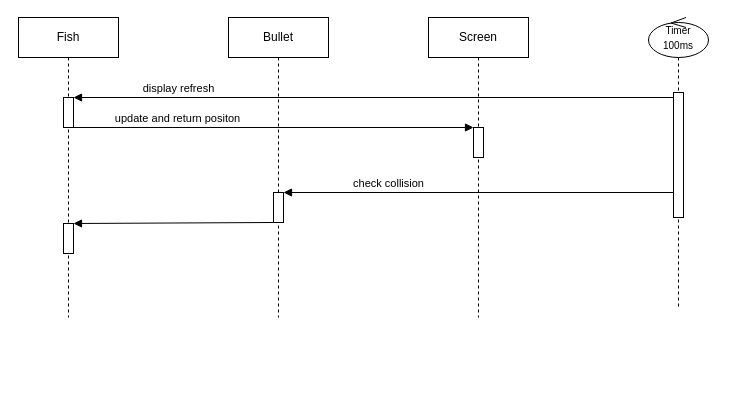
This is sequence_diagrams/fish_object_sequence_diagram.drawio from NgoThanhNha/fishing-diary-game-ak-base-kit-stm32l151, a draw.io file, before an edit. Source tidied: cells renumbered, new cells numbered last; positions are measured from the earlier drawing's top-left corner, leaving out a move shared by most shapes. Both pictures are drawn from the tidied source at 100%, with x=0, y=0 at pixel (18, 17).
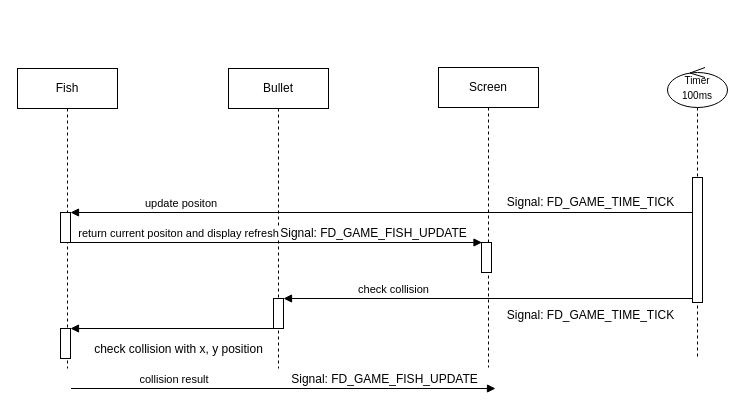
After the change.

Commit message:
Cập nhật fish_object_sequence_diagram.drawio

Diff of the diagram source:
```diff
@@
     <mxCell id="2" value="Screen&lt;br&gt;" style="shape=umlLifeline;perimeter=lifelinePerimeter;whiteSpace=wrap;html=1;newEdgeStyle={&quot;edgeStyle&quot;:&quot;elbowEdgeStyle&quot;,&quot;elbow&quot;:&quot;vertical&quot;,&quot;curved&quot;:0,&quot;rounded&quot;:0};" parent="1" vertex="1">
-      <mxGeometry x="410" width="100" height="300" as="geometry" />
+      <mxGeometry x="420" y="50" width="100" height="300" as="geometry" />
     </mxCell>
     <mxCell id="3" style="html=1;points=[];perimeter=orthogonalPerimeter;outlineConnect=0;targetShapes=umlLifeline;portConstraint=eastwest;newEdgeStyle={&quot;edgeStyle&quot;:&quot;elbowEdgeStyle&quot;,&quot;elbow&quot;:&quot;vertical&quot;,&quot;curved&quot;:0,&quot;rounded&quot;:0};" parent="2" vertex="1">
-      <mxGeometry x="45" y="110" width="10" height="30" as="geometry" />
+      <mxGeometry x="43" y="175" width="10" height="30" as="geometry" />
     </mxCell>
     <mxCell id="4" value="Fish" style="shape=umlLifeline;perimeter=lifelinePerimeter;whiteSpace=wrap;html=1;newEdgeStyle={&quot;edgeStyle&quot;:&quot;elbowEdgeStyle&quot;,&quot;elbow&quot;:&quot;vertical&quot;,&quot;curved&quot;:0,&quot;rounded&quot;:0};" parent="1" vertex="1">
-      <mxGeometry width="100" height="300" as="geometry" />
+      <mxGeometry x="-1" y="51" width="100" height="300" as="geometry" />
     </mxCell>
     <mxCell id="5" style="html=1;perimeter=orthogonalPerimeter;targetShapes=umlLifeline;newEdgeStyle={&quot;edgeStyle&quot;:&quot;elbowEdgeStyle&quot;,&quot;elbow&quot;:&quot;vertical&quot;,&quot;curved&quot;:0,&quot;rounded&quot;:0};" parent="4" vertex="1">
-      <mxGeometry x="45" y="80" width="10" height="30" as="geometry" />
+      <mxGeometry x="43" y="144" width="10" height="30" as="geometry" />
     </mxCell>
     <mxCell id="6" style="html=1;points=[];perimeter=orthogonalPerimeter;outlineConnect=0;targetShapes=umlLifeline;portConstraint=eastwest;newEdgeStyle={&quot;edgeStyle&quot;:&quot;elbowEdgeStyle&quot;,&quot;elbow&quot;:&quot;vertical&quot;,&quot;curved&quot;:0,&quot;rounded&quot;:0};" parent="4" vertex="1">
-      <mxGeometry x="45" y="206" width="10" height="30" as="geometry" />
+      <mxGeometry x="43" y="260" width="10" height="30" as="geometry" />
     </mxCell>
     <mxCell id="7" value="&lt;font style=&quot;font-size: 10px;&quot;&gt;Timer&lt;br&gt;100ms&lt;/font&gt;" style="shape=umlLifeline;perimeter=lifelinePerimeter;whiteSpace=wrap;html=1;newEdgeStyle={&quot;curved&quot;:0,&quot;rounded&quot;:0};participant=umlControl;" parent="1" vertex="1">
-      <mxGeometry x="630" width="60" height="290" as="geometry" />
+      <mxGeometry x="649" y="50" width="60" height="290" as="geometry" />
     </mxCell>
     <mxCell id="8" style="html=1;points=[[0,0,0,0,5],[0,1,0,0,-5],[1,0,0,0,5],[1,1,0,0,-5]];perimeter=orthogonalPerimeter;outlineConnect=0;targetShapes=umlLifeline;portConstraint=eastwest;newEdgeStyle={&quot;curved&quot;:0,&quot;rounded&quot;:0};" parent="7" vertex="1">
-      <mxGeometry x="25" y="75" width="10" height="125" as="geometry" />
+      <mxGeometry x="25" y="110" width="10" height="125" as="geometry" />
     </mxCell>
     <mxCell id="9" value="Bullet" style="shape=umlLifeline;perimeter=lifelinePerimeter;whiteSpace=wrap;html=1;newEdgeStyle={&quot;edgeStyle&quot;:&quot;elbowEdgeStyle&quot;,&quot;elbow&quot;:&quot;vertical&quot;,&quot;curved&quot;:0,&quot;rounded&quot;:0};" parent="1" vertex="1">
-      <mxGeometry x="210" width="100" height="300" as="geometry" />
+      <mxGeometry x="210" y="51" width="100" height="300" as="geometry" />
     </mxCell>
     <mxCell id="10" style="html=1;points=[];perimeter=orthogonalPerimeter;outlineConnect=0;targetShapes=umlLifeline;portConstraint=eastwest;newEdgeStyle={&quot;edgeStyle&quot;:&quot;elbowEdgeStyle&quot;,&quot;elbow&quot;:&quot;vertical&quot;,&quot;curved&quot;:0,&quot;rounded&quot;:0};" parent="9" vertex="1">
-      <mxGeometry x="45" y="175" width="10" height="30" as="geometry" />
+      <mxGeometry x="45" y="230" width="10" height="30" as="geometry" />
     </mxCell>
-    <mxCell id="11" value="display refresh" style="html=1;verticalAlign=bottom;endArrow=block;curved=0;rounded=0;" parent="1" edge="1" source="8">
-      <mxGeometry x="0.65" relative="1" as="geometry">
-        <mxPoint x="55" y="80" as="targetPoint" />
-      </mxGeometry>
-    </mxCell>
-    <mxCell id="12" value="update and return positon" style="html=1;verticalAlign=bottom;endArrow=block;curved=0;rounded=0;" parent="1" edge="1" target="3">
+    <mxCell id="12" value="return current positon and display refresh" style="html=1;verticalAlign=bottom;endArrow=block;curved=0;rounded=0;" parent="1" edge="1">
       <mxGeometry x="-0.48" relative="1" as="geometry">
-        <mxPoint x="55" y="110" as="sourcePoint" />
+        <mxPoint x="52.5" y="225" as="sourcePoint" />
+        <mxPoint x="463.5" y="225" as="targetPoint" />
       </mxGeometry>
     </mxCell>
@@
-    <mxCell id="14" style="html=1;verticalAlign=bottom;endArrow=block;curved=0;rounded=0;" parent="1" edge="1" source="10" target="6">
-      <mxGeometry relative="1" as="geometry" />
+    <mxCell id="14" style="html=1;verticalAlign=bottom;endArrow=block;curved=0;rounded=0;" parent="1" edge="1">
+      <mxGeometry relative="1" as="geometry">
+        <mxPoint x="255" y="311" as="sourcePoint" />
+        <mxPoint x="52" y="311" as="targetPoint" />
+      </mxGeometry>
     </mxCell>
+    <mxCell id="15" value="&lt;span style=&quot;font-weight: normal;&quot;&gt;Signal:&amp;nbsp;FD_GAME_TIME_TICK&lt;/span&gt;" style="text;align=center;fontStyle=1;verticalAlign=middle;spacingLeft=3;spacingRight=3;strokeColor=none;html=1;" parent="1" vertex="1">
+      <mxGeometry x="477" y="172" width="190" height="26" as="geometry" />
+    </mxCell>
+    <mxCell id="16" value="&lt;span style=&quot;font-weight: normal;&quot;&gt;Signal:&amp;nbsp;FD_GAME_TIME_TICK&lt;/span&gt;" style="text;align=center;fontStyle=1;verticalAlign=middle;spacingLeft=3;spacingRight=3;strokeColor=none;html=1;" parent="1" vertex="1">
+      <mxGeometry x="477" y="285" width="190" height="26" as="geometry" />
+    </mxCell>
+    <mxCell id="17" value="&lt;span style=&quot;font-weight: normal;&quot;&gt;Signal:&amp;nbsp;FD_GAME_FISH_UPDATE&lt;/span&gt;" style="text;align=center;fontStyle=1;verticalAlign=middle;spacingLeft=3;spacingRight=3;strokeColor=none;html=1;" parent="1" vertex="1">
+      <mxGeometry x="260" y="203" width="190" height="26" as="geometry" />
+    </mxCell>
+    <mxCell id="18" value="&lt;span style=&quot;font-weight: 400;&quot;&gt;check collision with x, y position&lt;/span&gt;" style="text;align=center;fontStyle=1;verticalAlign=middle;spacingLeft=3;spacingRight=3;strokeColor=none;html=1;" parent="1" vertex="1">
+      <mxGeometry x="65" y="319" width="190" height="26" as="geometry" />
+    </mxCell>
+    <mxCell id="19" value="collision result&amp;nbsp;" style="html=1;verticalAlign=bottom;endArrow=block;curved=0;rounded=0;" parent="1" edge="1">
+      <mxGeometry x="-0.51" relative="1" as="geometry">
+        <mxPoint x="52.5" y="371" as="sourcePoint" />
+        <mxPoint x="477" y="371" as="targetPoint" />
+      </mxGeometry>
+    </mxCell>
+    <mxCell id="20" value="&lt;span style=&quot;font-weight: normal;&quot;&gt;Signal:&amp;nbsp;FD_GAME_FISH_UPDATE&lt;/span&gt;" style="text;align=center;fontStyle=1;verticalAlign=middle;spacingLeft=3;spacingRight=3;strokeColor=none;html=1;" parent="1" vertex="1">
+      <mxGeometry x="271" y="349" width="190" height="26" as="geometry" />
+    </mxCell>
+    <mxCell id="11" value="&amp;nbsp;update positon" style="html=1;verticalAlign=bottom;endArrow=block;curved=0;rounded=0;" parent="1" edge="1" source="8">
+      <mxGeometry x="0.65" relative="1" as="geometry">
+        <mxPoint x="52" y="195" as="targetPoint" />
+      </mxGeometry>
+    </mxCell>
```
